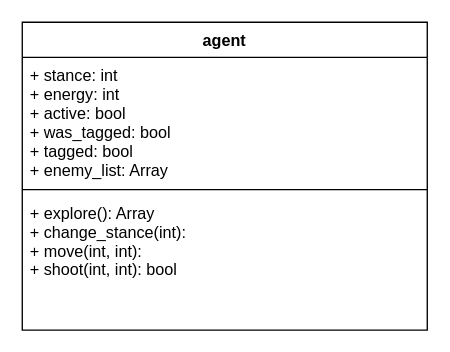
This is page "class" (3 of 3) of Documentation/game_world_1st_draft.drawio from MARS-Group-HAW/model-mars-laser-tag-game, a draw.io file, before an edit. Source tidied: cells renumbered, new cells numbered last; positions are measured from the earlier drawing's top-left corner, leaving out a move shared by most shapes. Both pictures are drawn from the tidied source at 135%, with x=0, y=0 at pixel (22, 22).
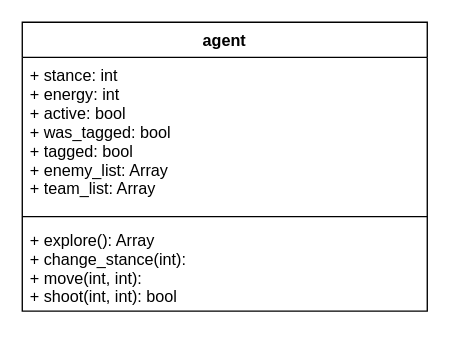
After the change.

What changed in the source:
```diff
@@
 <mxGraphModel>
   <root>
     <mxCell id="0" />
     <mxCell id="1" parent="0" />
     <mxCell id="2" value="agent" style="swimlane;fontStyle=1;align=center;verticalAlign=top;horizontal=1;startSize=26;" parent="1" vertex="1">
-      <mxGeometry width="300" height="228" as="geometry" />
+      <mxGeometry width="300" height="214" as="geometry" />
     </mxCell>
-    <mxCell id="3" value="+ stance: int&#10;+ energy: int&#10;+ active: bool&#10;+ was_tagged: bool&#10;+ tagged: bool&#10;+ enemy_list: Array&#10;" style="text;strokeColor=none;fillColor=none;align=left;verticalAlign=top;spacingLeft=4;spacingRight=4;overflow=hidden;" parent="2" vertex="1">
-      <mxGeometry y="26" width="300" height="94" as="geometry" />
+    <mxCell id="3" value="+ stance: int&#10;+ energy: int&#10;+ active: bool&#10;+ was_tagged: bool&#10;+ tagged: bool&#10;+ enemy_list: Array&#10;+ team_list: Array&#10;" style="text;strokeColor=none;fillColor=none;align=left;verticalAlign=top;spacingLeft=4;spacingRight=4;overflow=hidden;" parent="2" vertex="1">
+      <mxGeometry y="26" width="300" height="114" as="geometry" />
     </mxCell>
     <mxCell id="4" style="line;strokeWidth=1;fillColor=none;align=left;verticalAlign=middle;spacingTop=-1;spacingLeft=3;spacingRight=3;labelPosition=right;" parent="2" vertex="1">
-      <mxGeometry y="120" width="300" height="8" as="geometry" />
+      <mxGeometry y="140" width="300" height="8" as="geometry" />
     </mxCell>
     <mxCell id="5" value="+ explore(): Array&#10;+ change_stance(int): &#10;+ move(int, int): &#10;+ shoot(int, int): bool" style="text;strokeColor=none;fillColor=none;align=left;verticalAlign=top;spacingLeft=4;spacingRight=4;overflow=hidden;" parent="2" vertex="1">
-      <mxGeometry y="128" width="300" height="100" as="geometry" />
+      <mxGeometry y="148" width="300" height="66" as="geometry" />
     </mxCell>
   </root>
 </mxGraphModel>
```
